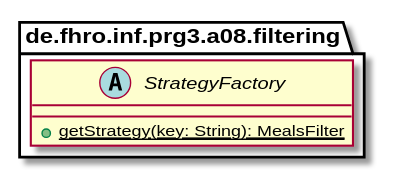
Above: assets/images/FilteringFactory.svg in ohm-softa/08-singleton-factory-strategy-android (PlantUML), before the change. Its diagram source:
```plantuml
@startuml FilteringFactory

package de.fhro.inf.prg3.a08.filtering {
    abstract class StrategyFactory {
        +{static} getStrategy(key: String): MealsFilter
    }
}

@enduml
```
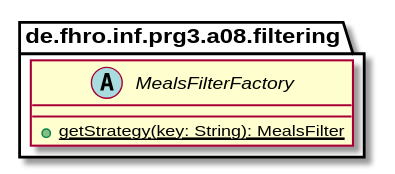
Later version of the same file.

The edit, as a diff of the source:
```diff
@@ -1,7 +1,7 @@
 @startuml FilteringFactory
 
 package de.fhro.inf.prg3.a08.filtering {
-    abstract class StrategyFactory {
+    abstract class MealsFilterFactory {
         +{static} getStrategy(key: String): MealsFilter
     }
 }
```
